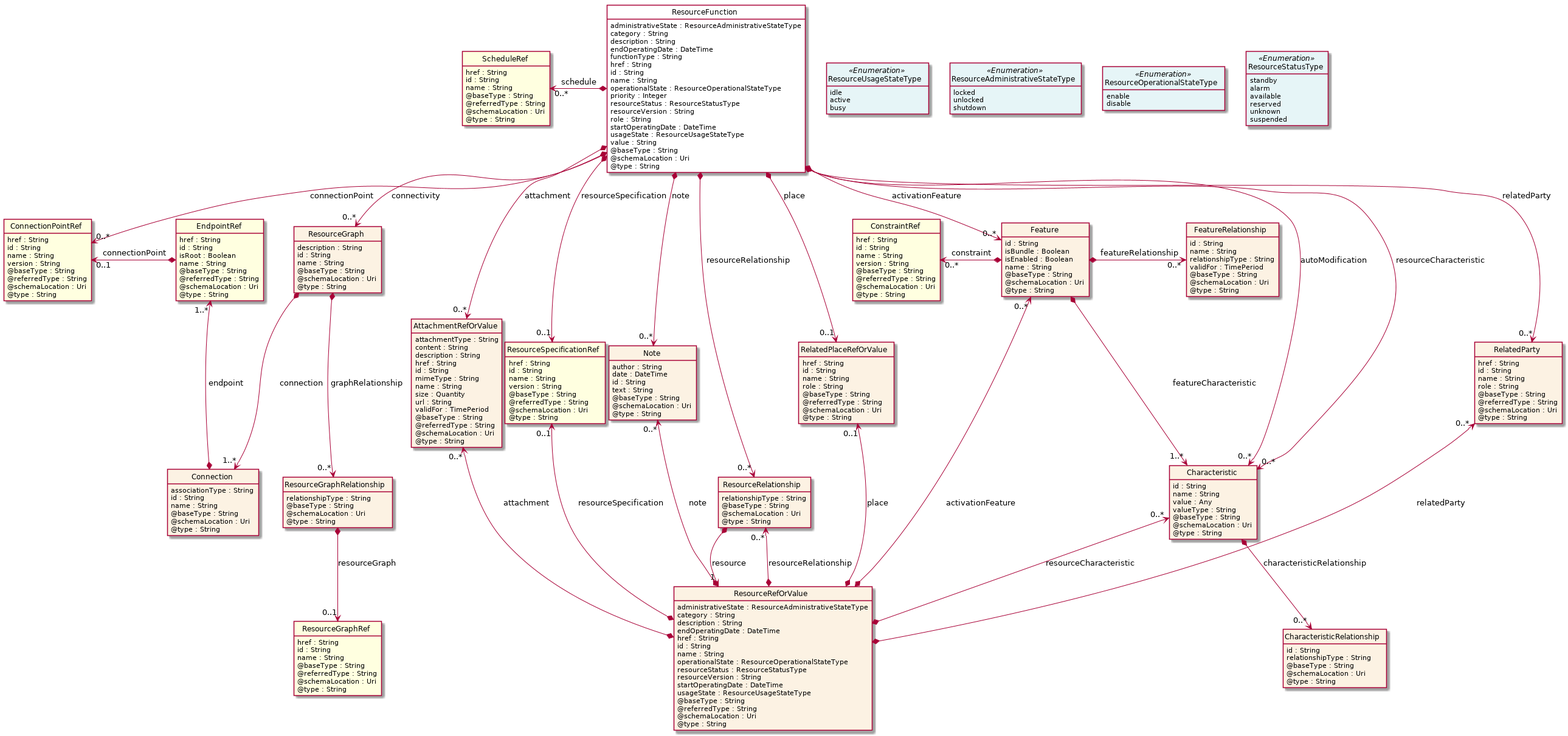
tmforum-apis/Open_Api_And_Data_Model keeps this PlantUML diagram as apis/TMF664_Resource_Function_Activation/documentation/diagrams/Resource_ResourceFunction.png. Above is the earlier version. Its diagram source:
```plantuml
@startuml
hide circle
hide methods
hide stereotype
show <<Enumeration>> stereotype
skinparam class {
   BackgroundColor<<Enumeration>> #E6F5F7
   BackgroundColor<<Ref>> #FFFFE0
   BackgroundColor<<Pivot>> #FFFFFFF
   BackgroundColor #FCF2E3
}

class ResourceFunction  <<Pivot>> {
    administrativeState : ResourceAdministrativeStateType
    category : String
    description : String
    endOperatingDate : DateTime
    functionType : String
    href : String
    id : String
    name : String
    operationalState : ResourceOperationalStateType
    priority : Integer
    resourceStatus : ResourceStatusType
    resourceVersion : String
    role : String
    startOperatingDate : DateTime
    usageState : ResourceUsageStateType
    value : String
    @baseType : String
    @schemaLocation : Uri
    @type : String
}

class ResourceUsageStateType <<Enumeration>> {
    idle
    active
    busy
}

class ResourceAdministrativeStateType <<Enumeration>> {
    locked
    unlocked
    shutdown
}

class ResourceStatusType <<Enumeration>> {
    standby
    alarm
    available
    reserved
    unknown
    suspended
}

class ResourceOperationalStateType <<Enumeration>> {
    enable
    disable
}

class Note  {
    author : String
    date : DateTime
    id : String
    text : String
    @baseType : String
    @schemaLocation : Uri
    @type : String
}

class AttachmentRefOrValue  {
    attachmentType : String
    content : String
    description : String
    href : String
    id : String
    mimeType : String
    name : String
    size : Quantity
    url : String
    validFor : TimePeriod
    @baseType : String
    @referredType : String
    @schemaLocation : Uri
    @type : String
}

class ResourceGraph  {
    description : String
    id : String
    name : String
    @baseType : String
    @schemaLocation : Uri
    @type : String
}

class ResourceGraphRelationship  {
    relationshipType : String
    @baseType : String
    @schemaLocation : Uri
    @type : String
}

class ResourceGraphRef  <<Ref>> {
    href : String
    id : String
    name : String
    @baseType : String
    @referredType : String
    @schemaLocation : Uri
    @type : String
}

class Connection  {
    associationType : String
    id : String
    name : String
    @baseType : String
    @schemaLocation : Uri
    @type : String
}

class EndpointRef  <<Ref>> {
    href : String
    id : String
    isRoot : Boolean
    name : String
    @baseType : String
    @referredType : String
    @schemaLocation : Uri
    @type : String
}

class ConnectionPointRef  <<Ref>> {
    href : String
    id : String
    name : String
    version : String
    @baseType : String
    @referredType : String
    @schemaLocation : Uri
    @type : String
}

class ResourceRelationship  {
    relationshipType : String
    @baseType : String
    @schemaLocation : Uri
    @type : String
}

class ResourceRefOrValue  {
    administrativeState : ResourceAdministrativeStateType
    category : String
    description : String
    endOperatingDate : DateTime
    href : String
    id : String
    name : String
    operationalState : ResourceOperationalStateType
    resourceStatus : ResourceStatusType
    resourceVersion : String
    startOperatingDate : DateTime
    usageState : ResourceUsageStateType
    @baseType : String
    @referredType : String
    @schemaLocation : Uri
    @type : String
}

class Feature  {
    id : String
    isBundle : Boolean
    isEnabled : Boolean
    name : String
    @baseType : String
    @schemaLocation : Uri
    @type : String
}

class Characteristic  {
    id : String
    name : String
    value : Any
    valueType : String
    @baseType : String
    @schemaLocation : Uri
    @type : String
}

class CharacteristicRelationship  {
    id : String
    relationshipType : String
    @baseType : String
    @schemaLocation : Uri
    @type : String
}

class ConstraintRef  <<Ref>> {
    href : String
    id : String
    name : String
    version : String
    @baseType : String
    @referredType : String
    @schemaLocation : Uri
    @type : String
}

class FeatureRelationship  {
    id : String
    name : String
    relationshipType : String
    validFor : TimePeriod
    @baseType : String
    @schemaLocation : Uri
    @type : String
}

class ResourceSpecificationRef  <<Ref>> {
    href : String
    id : String
    name : String
    version : String
    @baseType : String
    @referredType : String
    @schemaLocation : Uri
    @type : String
}

class RelatedParty  {
    href : String
    id : String
    name : String
    role : String
    @baseType : String
    @referredType : String
    @schemaLocation : Uri
    @type : String
}

class RelatedPlaceRefOrValue  {
    href : String
    id : String
    name : String
    role : String
    @baseType : String
    @referredType : String
    @schemaLocation : Uri
    @type : String
}

class ScheduleRef  <<Ref>> {
    href : String
    id : String
    name : String
    @baseType : String
    @referredType : String
    @schemaLocation : Uri
    @type : String
}

ResourceFunction -right[hidden]-> ResourceUsageStateType

ResourceUsageStateType -right[hidden]-> ResourceAdministrativeStateType

ResourceAdministrativeStateType -right[hidden]-> ResourceOperationalStateType

ResourceOperationalStateType -right[hidden]-> ResourceStatusType

ResourceFunction *-->  "0..*" ConnectionPointRef : connectionPoint

ResourceFunction *-->  "0..*" Note : note

ResourceFunction *-->  "0..1" RelatedPlaceRefOrValue : place

ResourceFunction *-->  "0..*" RelatedParty : relatedParty

ResourceFunction *-->  "0..1" ResourceSpecificationRef : resourceSpecification

ResourceFunction *-->  "0..*" AttachmentRefOrValue : attachment

ResourceFunction *-->  "0..*" ResourceRelationship : resourceRelationship

ResourceFunction *-->  "0..*" Characteristic : autoModification

ResourceFunction *-->  "0..*" Characteristic : resourceCharacteristic

ResourceFunction *-->  "0..*" ResourceGraph : connectivity

ResourceFunction *-->  "0..*" Feature : activationFeature

ResourceGraph *-->  "1..*" Connection : connection

EndpointRef "1..*" <--* Connection : endpoint

ConnectionPointRef "0..1" <-left-* EndpointRef : connectionPoint

ResourceRelationship *-->  "1" ResourceRefOrValue : resource

ResourceRelationship "0..*" <--* ResourceRefOrValue : resourceRelationship

Note "0..*" <--* ResourceRefOrValue : note

Feature *-->  "1..*" Characteristic : featureCharacteristic

AttachmentRefOrValue "0..*" <--* ResourceRefOrValue : attachment

RelatedParty "0..*" <--* ResourceRefOrValue : relatedParty

RelatedPlaceRefOrValue "0..1" <--* ResourceRefOrValue : place

ResourceSpecificationRef "0..1" <--* ResourceRefOrValue : resourceSpecification

Characteristic "0..*" <--* ResourceRefOrValue : resourceCharacteristic

Feature "0..*" <--* ResourceRefOrValue : activationFeature

ScheduleRef "0..*" <-left-* ResourceFunction : schedule

ConstraintRef "0..*" <-left-* Feature : constraint

Feature *-right-> "0..*" FeatureRelationship : featureRelationship

ResourceGraph *-->  "0..*" ResourceGraphRelationship : graphRelationship

ResourceGraphRelationship *-->  "0..1" ResourceGraphRef : resourceGraph

Characteristic *-->  "0..*" CharacteristicRelationship : characteristicRelationship

@enduml
```
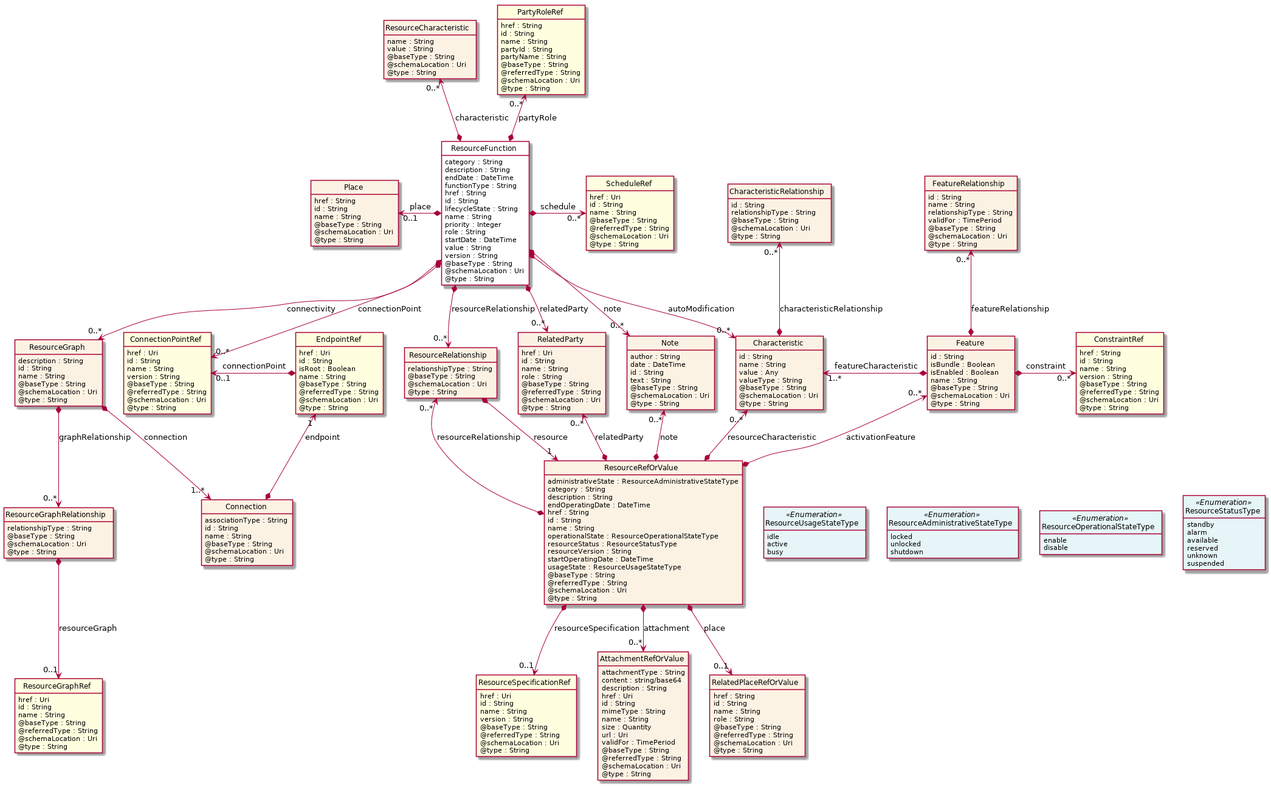
After the change.

What changed in the source:
```diff
@@ -11,51 +11,22 @@
 }
 
 class ResourceFunction  <<Pivot>> {
-    administrativeState : ResourceAdministrativeStateType
     category : String
     description : String
-    endOperatingDate : DateTime
+    endDate : DateTime
     functionType : String
     href : String
     id : String
+    lifecycleState : String
     name : String
-    operationalState : ResourceOperationalStateType
     priority : Integer
-    resourceStatus : ResourceStatusType
-    resourceVersion : String
     role : String
-    startOperatingDate : DateTime
-    usageState : ResourceUsageStateType
+    startDate : DateTime
     value : String
+    version : String
     @baseType : String
     @schemaLocation : Uri
     @type : String
-}
-
-class ResourceUsageStateType <<Enumeration>> {
-    idle
-    active
-    busy
-}
-
-class ResourceAdministrativeStateType <<Enumeration>> {
-    locked
-    unlocked
-    shutdown
-}
-
-class ResourceStatusType <<Enumeration>> {
-    standby
-    alarm
-    available
-    reserved
-    unknown
-    suspended
-}
-
-class ResourceOperationalStateType <<Enumeration>> {
-    enable
-    disable
 }
 
 class Note  {
@@ -68,19 +39,10 @@
     @type : String
 }
 
-class AttachmentRefOrValue  {
-    attachmentType : String
-    content : String
-    description : String
-    href : String
-    id : String
-    mimeType : String
+class ResourceCharacteristic  {
     name : String
-    size : Quantity
-    url : String
-    validFor : TimePeriod
+    value : String
     @baseType : String
-    @referredType : String
     @schemaLocation : Uri
     @type : String
 }
@@ -102,7 +64,7 @@
 }
 
 class ResourceGraphRef  <<Ref>> {
-    href : String
+    href : Uri
     id : String
     name : String
     @baseType : String
@@ -121,7 +83,7 @@
 }
 
 class EndpointRef  <<Ref>> {
-    href : String
+    href : Uri
     id : String
     isRoot : Boolean
     name : String
@@ -132,7 +94,7 @@
 }
 
 class ConnectionPointRef  <<Ref>> {
-    href : String
+    href : Uri
     id : String
     name : String
     version : String
@@ -166,6 +128,32 @@
     @referredType : String
     @schemaLocation : Uri
     @type : String
+}
+
+class ResourceStatusType <<Enumeration>> {
+    standby
+    alarm
+    available
+    reserved
+    unknown
+    suspended
+}
+
+class ResourceUsageStateType <<Enumeration>> {
+    idle
+    active
+    busy
+}
+
+class ResourceAdministrativeStateType <<Enumeration>> {
+    locked
+    unlocked
+    shutdown
+}
+
+class ResourceOperationalStateType <<Enumeration>> {
+    enable
+    disable
 }
 
 class Feature  {
@@ -218,7 +206,7 @@
 }
 
 class ResourceSpecificationRef  <<Ref>> {
-    href : String
+    href : Uri
     id : String
     name : String
     version : String
@@ -229,10 +217,27 @@
 }
 
 class RelatedParty  {
-    href : String
+    href : Uri
     id : String
     name : String
     role : String
+    @baseType : String
+    @referredType : String
+    @schemaLocation : Uri
+    @type : String
+}
+
+class AttachmentRefOrValue  {
+    attachmentType : String
+    content : string/base64
+    description : String
+    href : Uri
+    id : String
+    mimeType : String
+    name : String
+    size : Quantity
+    url : Uri
+    validFor : TimePeriod
     @baseType : String
     @referredType : String
     @schemaLocation : Uri
@@ -250,8 +255,17 @@
     @type : String
 }
 
+class Place  {
+    href : String
+    id : String
+    name : String
+    @baseType : String
+    @schemaLocation : Uri
+    @type : String
+}
+
 class ScheduleRef  <<Ref>> {
-    href : String
+    href : Uri
     id : String
     name : String
     @baseType : String
@@ -260,39 +274,33 @@
     @type : String
 }
 
-ResourceFunction -right[hidden]-> ResourceUsageStateType
-
-ResourceUsageStateType -right[hidden]-> ResourceAdministrativeStateType
-
-ResourceAdministrativeStateType -right[hidden]-> ResourceOperationalStateType
-
-ResourceOperationalStateType -right[hidden]-> ResourceStatusType
+class PartyRoleRef  <<Ref>> {
+    href : String
+    id : String
+    name : String
+    partyId : String
+    partyName : String
+    @baseType : String
+    @referredType : String
+    @schemaLocation : Uri
+    @type : String
+}
 
 ResourceFunction *-->  "0..*" ConnectionPointRef : connectionPoint
 
 ResourceFunction *-->  "0..*" Note : note
 
-ResourceFunction *-->  "0..1" RelatedPlaceRefOrValue : place
-
 ResourceFunction *-->  "0..*" RelatedParty : relatedParty
-
-ResourceFunction *-->  "0..1" ResourceSpecificationRef : resourceSpecification
-
-ResourceFunction *-->  "0..*" AttachmentRefOrValue : attachment
 
 ResourceFunction *-->  "0..*" ResourceRelationship : resourceRelationship
 
 ResourceFunction *-->  "0..*" Characteristic : autoModification
 
-ResourceFunction *-->  "0..*" Characteristic : resourceCharacteristic
-
 ResourceFunction *-->  "0..*" ResourceGraph : connectivity
-
-ResourceFunction *-->  "0..*" Feature : activationFeature
 
 ResourceGraph *-->  "1..*" Connection : connection
 
-EndpointRef "1..*" <--* Connection : endpoint
+EndpointRef "1" <--* Connection : endpoint
 
 ConnectionPointRef "0..1" <-left-* EndpointRef : connectionPoint
 
@@ -302,30 +310,44 @@
 
 Note "0..*" <--* ResourceRefOrValue : note
 
-Feature *-->  "1..*" Characteristic : featureCharacteristic
-
-AttachmentRefOrValue "0..*" <--* ResourceRefOrValue : attachment
-
 RelatedParty "0..*" <--* ResourceRefOrValue : relatedParty
 
-RelatedPlaceRefOrValue "0..1" <--* ResourceRefOrValue : place
+Characteristic "1..*" <-left-* Feature : featureCharacteristic
 
-ResourceSpecificationRef "0..1" <--* ResourceRefOrValue : resourceSpecification
+Feature "0..*" <--* ResourceRefOrValue : activationFeature
 
 Characteristic "0..*" <--* ResourceRefOrValue : resourceCharacteristic
 
-Feature "0..*" <--* ResourceRefOrValue : activationFeature
+ResourceRefOrValue -right[hidden]-> ResourceUsageStateType
 
-ScheduleRef "0..*" <-left-* ResourceFunction : schedule
+ResourceUsageStateType -right[hidden]-> ResourceAdministrativeStateType
 
-ConstraintRef "0..*" <-left-* Feature : constraint
+ResourceAdministrativeStateType -right[hidden]-> ResourceOperationalStateType
 
-Feature *-right-> "0..*" FeatureRelationship : featureRelationship
+ResourceOperationalStateType -right[hidden]-> ResourceStatusType
+
+Place "0..1" <-left-* ResourceFunction : place
+
+ResourceFunction *-right-> "0..*" ScheduleRef : schedule
+
+PartyRoleRef "0..*" <--* ResourceFunction : partyRole
+
+ResourceCharacteristic "0..*" <--* ResourceFunction : characteristic
+
+ResourceRefOrValue *-->  "0..1" RelatedPlaceRefOrValue : place
+
+ResourceRefOrValue *-->  "0..1" ResourceSpecificationRef : resourceSpecification
+
+ResourceRefOrValue *-->  "0..*" AttachmentRefOrValue : attachment
+
+Feature *-right-> "0..*" ConstraintRef : constraint
+
+FeatureRelationship "0..*" <--* Feature : featureRelationship
 
 ResourceGraph *-->  "0..*" ResourceGraphRelationship : graphRelationship
 
 ResourceGraphRelationship *-->  "0..1" ResourceGraphRef : resourceGraph
 
-Characteristic *-->  "0..*" CharacteristicRelationship : characteristicRelationship
+CharacteristicRelationship "0..*" <--* Characteristic : characteristicRelationship
 
 @enduml
```
